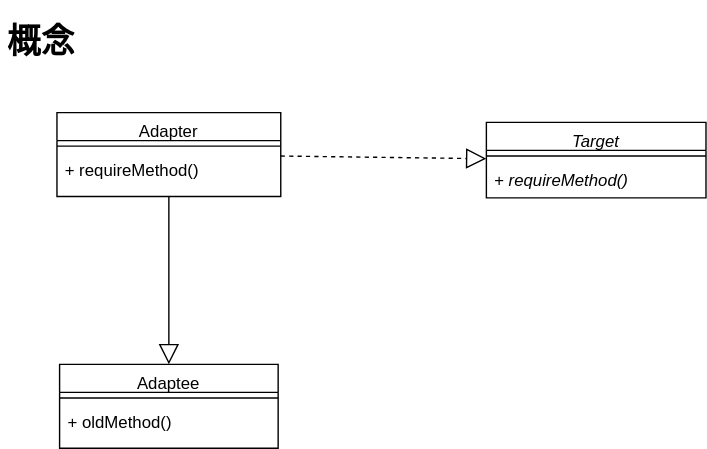
Above: drawio/adapter/adapter_concept.drawio.svg in go-to-k/cdk-gof-design-pattern (draw.io), before the change. Source tidied: cells renumbered, new cells last; positions are measured from the earlier drawing's top-left corner, leaving out a move shared by most shapes.
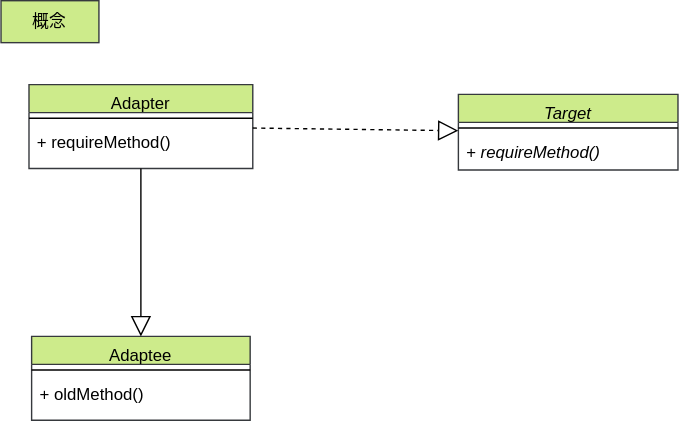
After the commit.

What changed in the source:
```diff
@@ -2,10 +2,7 @@
   <root>
     <mxCell id="0" />
     <mxCell id="1" parent="0" />
-    <mxCell id="2" value="&lt;h1&gt;概念&lt;/h1&gt;" style="text;html=1;strokeColor=none;fillColor=none;spacing=5;spacingTop=-20;whiteSpace=wrap;overflow=hidden;rounded=0;" parent="1" vertex="1">
-      <mxGeometry width="60" height="40" as="geometry" />
-    </mxCell>
-    <mxCell id="3" value="Adapter" style="swimlane;fontStyle=0;align=center;verticalAlign=top;horizontal=1;startSize=20;rounded=0;shadow=0;strokeWidth=1;" parent="1" vertex="1">
+    <mxCell id="3" value="Adapter" style="swimlane;fontStyle=0;align=center;verticalAlign=top;horizontal=1;startSize=20;rounded=0;shadow=0;strokeWidth=1;fillColor=#cdeb8b;strokeColor=#36393d;" parent="1" vertex="1">
       <mxGeometry x="40" y="70" width="160" height="60" as="geometry" />
     </mxCell>
     <mxCell id="4" style="line;html=1;strokeWidth=1;align=left;verticalAlign=middle;spacingTop=-1;spacingLeft=3;spacingRight=3;labelPosition=right;" parent="3" vertex="1">
@@ -14,7 +11,7 @@
     <mxCell id="5" value="+ requireMethod()" style="text;strokeColor=none;fillColor=none;align=left;verticalAlign=top;spacingLeft=4;spacingRight=4;overflow=hidden;whiteSpace=wrap;html=1;" parent="3" vertex="1">
       <mxGeometry y="28" width="160" height="26" as="geometry" />
     </mxCell>
-    <mxCell id="6" value="Target" style="swimlane;fontStyle=2;align=center;verticalAlign=top;horizontal=1;startSize=20;rounded=0;shadow=0;strokeWidth=1;" parent="1" vertex="1">
+    <mxCell id="6" value="Target" style="swimlane;fontStyle=2;align=center;verticalAlign=top;horizontal=1;startSize=20;rounded=0;shadow=0;strokeWidth=1;fillColor=#cdeb8b;strokeColor=#36393d;" parent="1" vertex="1">
       <mxGeometry x="347" y="77" width="157" height="54" as="geometry" />
     </mxCell>
     <mxCell id="7" style="line;html=1;strokeWidth=1;align=left;verticalAlign=middle;spacingTop=-1;spacingLeft=3;spacingRight=3;labelPosition=right;" parent="6" vertex="1">
@@ -23,7 +20,7 @@
     <mxCell id="8" value="&lt;i&gt;+ requireMethod()&lt;/i&gt;" style="text;strokeColor=none;fillColor=none;align=left;verticalAlign=top;spacingLeft=4;spacingRight=4;overflow=hidden;whiteSpace=wrap;html=1;" parent="6" vertex="1">
       <mxGeometry y="28" width="157" height="26" as="geometry" />
     </mxCell>
-    <mxCell id="9" value="Adaptee" style="swimlane;fontStyle=0;align=center;verticalAlign=top;horizontal=1;startSize=20;rounded=0;shadow=0;strokeWidth=1;" parent="1" vertex="1">
+    <mxCell id="9" value="Adaptee" style="swimlane;fontStyle=0;align=center;verticalAlign=top;horizontal=1;startSize=20;rounded=0;shadow=0;strokeWidth=1;fillColor=#cdeb8b;strokeColor=#36393d;" parent="1" vertex="1">
       <mxGeometry x="41.9" y="250" width="156.2" height="60" as="geometry" />
     </mxCell>
     <mxCell id="10" style="line;html=1;strokeWidth=1;align=left;verticalAlign=middle;spacingTop=-1;spacingLeft=3;spacingRight=3;labelPosition=right;" parent="9" vertex="1">
@@ -38,5 +35,8 @@
     <mxCell id="13" style="endArrow=block;dashed=1;endFill=0;endSize=12;html=1;" parent="1" edge="1" source="3" target="6">
       <mxGeometry relative="1" as="geometry" />
     </mxCell>
+    <mxCell id="2" value="概念" style="rounded=0;whiteSpace=wrap;html=1;fillColor=#cdeb8b;strokeColor=#36393d;" parent="1" vertex="1">
+      <mxGeometry x="20" y="10" width="70" height="30" as="geometry" />
+    </mxCell>
   </root>
 </mxGraphModel>
```
